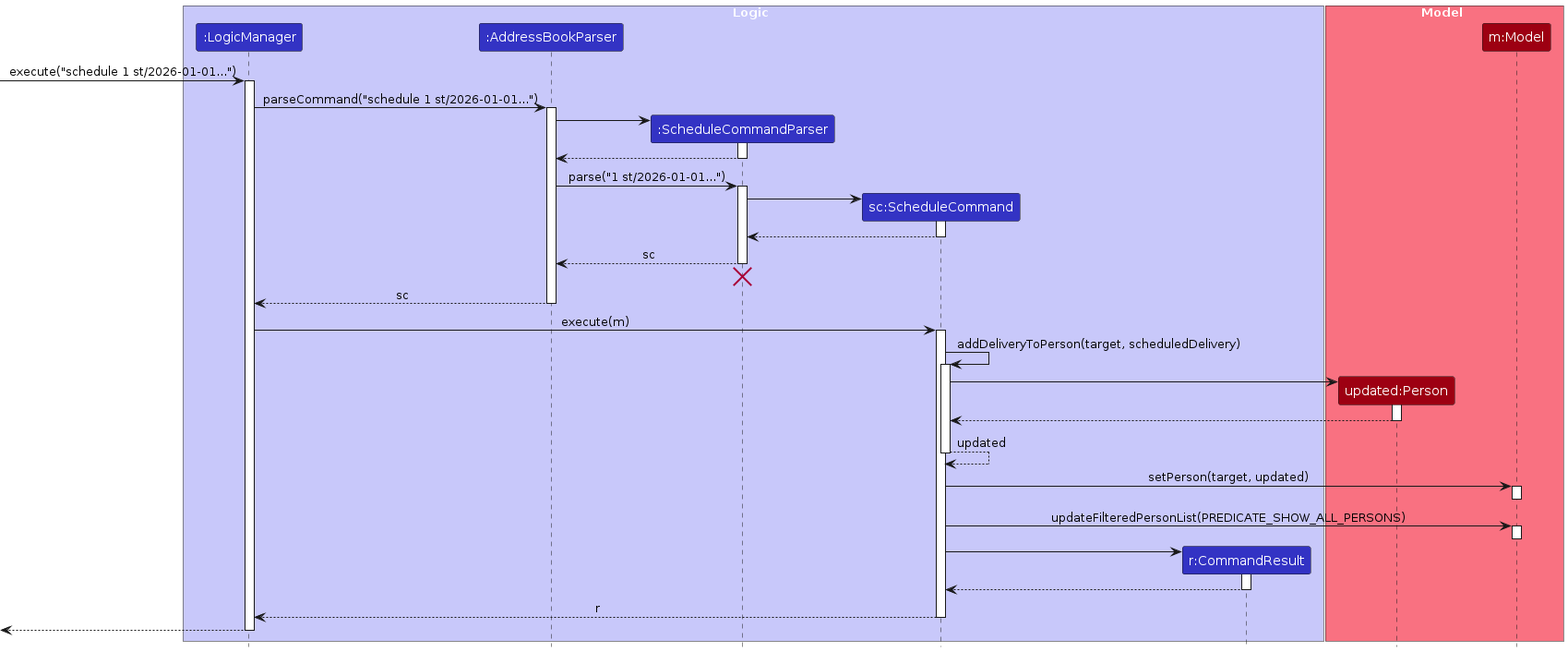
The PlantUML diagram diagrams/ScheduleSequenceDiagram.png in AY2526S2-CS2103T-W14-2/tp, before a commit. Its source is kept beside it as diagrams/ScheduleSequenceDiagram.puml.
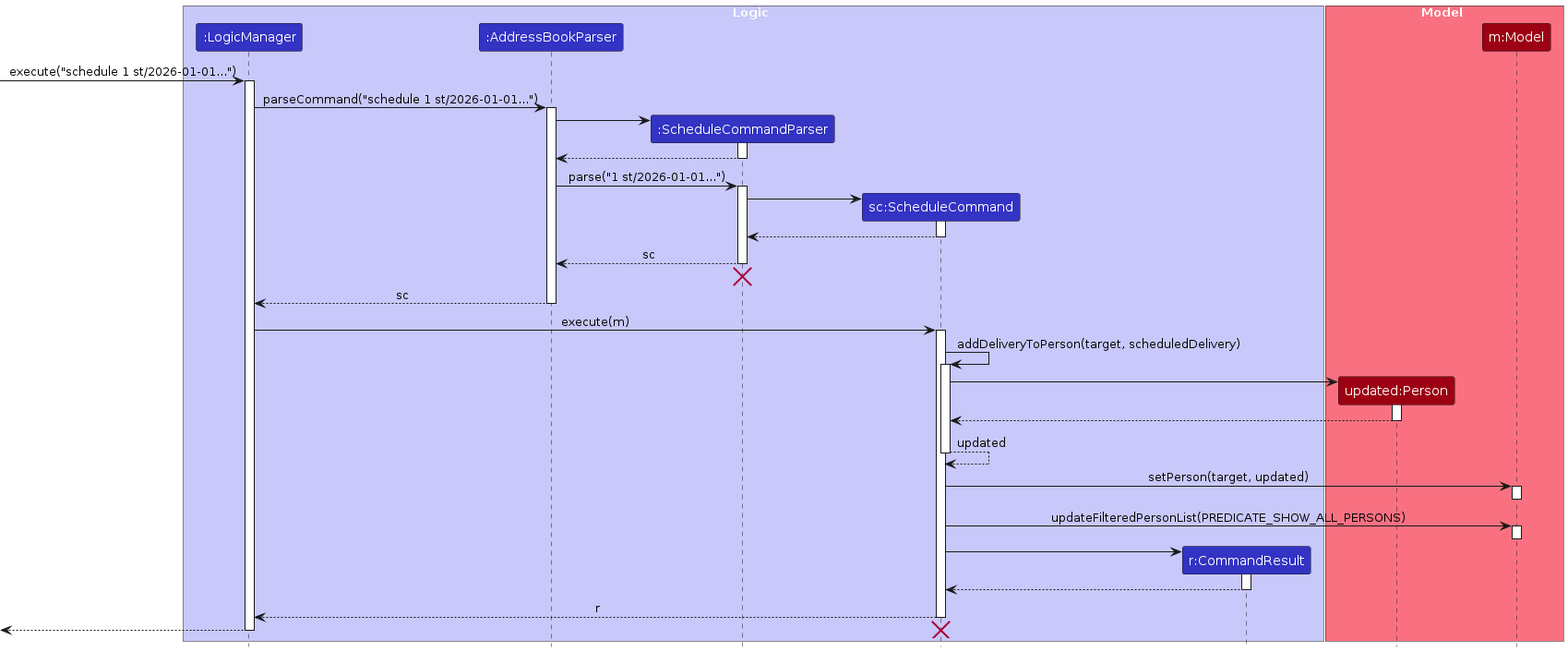
After the change.

What changed in the source:
```diff
@@ -86,4 +86,5 @@
 
 [<--LogicManager
 deactivate LogicManager
+destroy ScheduleCommand
 @enduml
```
